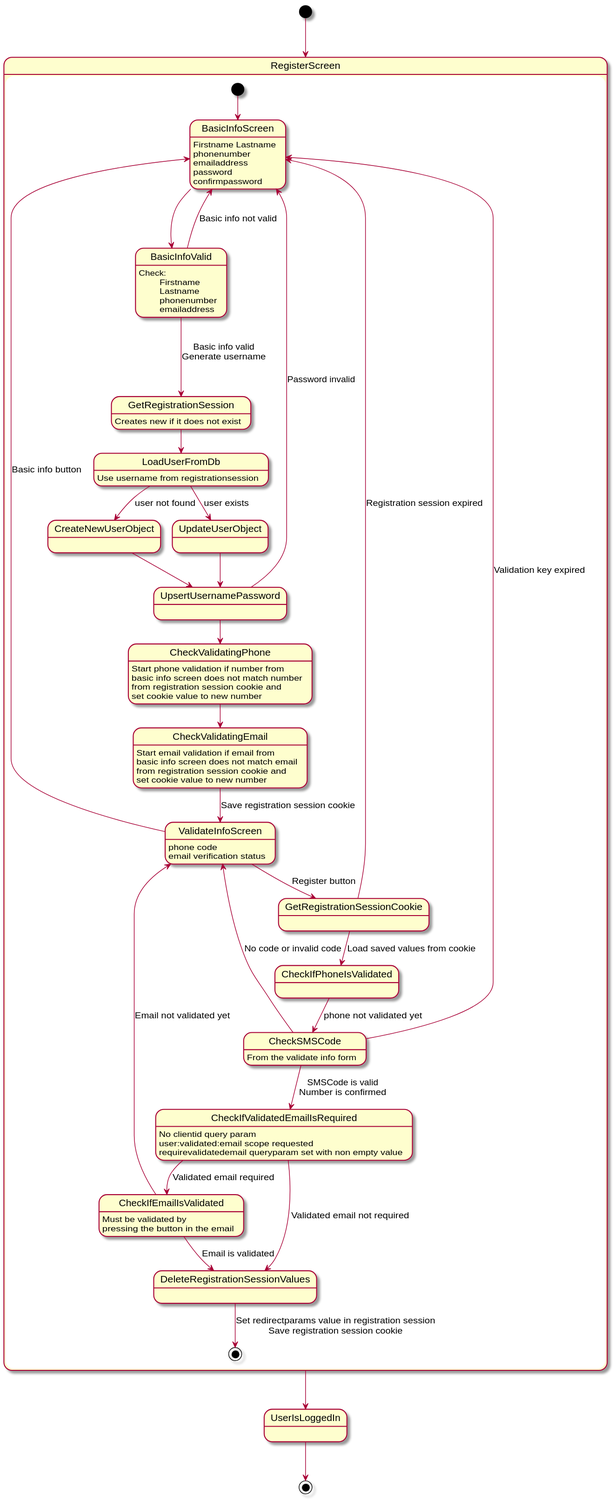
Above: specs/registration_flow/current_registration_flow.svg in itsyouonline/identityserver (PlantUML), before the change. The source it was exported from:
```plantuml
@startuml current_registration_flow

[*] --> RegisterScreen
state RegisterScreen {
    [*] --> BasicInfoScreen
    BasicInfoScreen: Firstname Lastname\nphonenumber\nemailaddress\npassword\nconfirmpassword
    BasicInfoScreen --> BasicInfoValid
    BasicInfoValid: Check:\n\tFirstname\n\tLastname\n\tphonenumber\n\temailaddress
    BasicInfoValid -up--> BasicInfoScreen: Basic info not valid

    BasicInfoValid -d--> GetRegistrationSession: Basic info valid\nGenerate username
    GetRegistrationSession: Creates new if it does not exist

    GetRegistrationSession --> LoadUserFromDb
    LoadUserFromDb: Use username from registrationsession

    LoadUserFromDb --> CreateNewUserObject: user not found
    LoadUserFromDb --> UpdateUserObject: user exists

    CreateNewUserObject --> UpsertUsernamePassword
    UpdateUserObject --> UpsertUsernamePassword

    UpsertUsernamePassword --> BasicInfoScreen: Password invalid

    UpsertUsernamePassword --> CheckValidatingPhone
    CheckValidatingPhone: Start phone validation if number from\nbasic info screen does not match number\nfrom registration session cookie and\nset cookie value to new number

    CheckValidatingPhone --> CheckValidatingEmail
    CheckValidatingEmail: Start email validation if email from\nbasic info screen does not match email\nfrom registration session cookie and\nset cookie value to new number

    CheckValidatingEmail --> ValidateInfoScreen: Save registration session cookie
    ValidateInfoScreen: phone code\nemail verification status

    ValidateInfoScreen --> BasicInfoScreen: Basic info button

    ValidateInfoScreen --> GetRegistrationSessionCookie: Register button

    GetRegistrationSessionCookie --> BasicInfoScreen: Registration session expired

    GetRegistrationSessionCookie --> CheckIfPhoneIsValidated: Load saved values from cookie

    CheckIfPhoneIsValidated --> CheckSMSCode: phone not validated yet
    CheckSMSCode: From the validate info form
    CheckSMSCode --> ValidateInfoScreen: No code or invalid code
    CheckSMSCode --> BasicInfoScreen: Validation key expired
    CheckSMSCode --> CheckIfValidatedEmailIsRequired: SMSCode is valid\nNumber is confirmed
    CheckIfValidatedEmailIsRequired: No clientid query param\nuser:validated:email scope requested\nrequirevalidatedemail queryparam set with non empty value
    CheckIfValidatedEmailIsRequired --> CheckIfEmailIsValidated: Validated email required
    CheckIfEmailIsValidated: Must be validated by\npressing the button in the email
    CheckIfEmailIsValidated -right--> ValidateInfoScreen: Email not validated yet
    CheckIfValidatedEmailIsRequired --> DeleteRegistrationSessionValues: Validated email not required
    CheckIfEmailIsValidated --> DeleteRegistrationSessionValues: Email is validated
    DeleteRegistrationSessionValues --> [*]: Set redirectparams value in registration session\nSave registration session cookie
}

RegisterScreen --> UserIsLoggedIn
UserIsLoggedIn --> [*]

@enduml
```
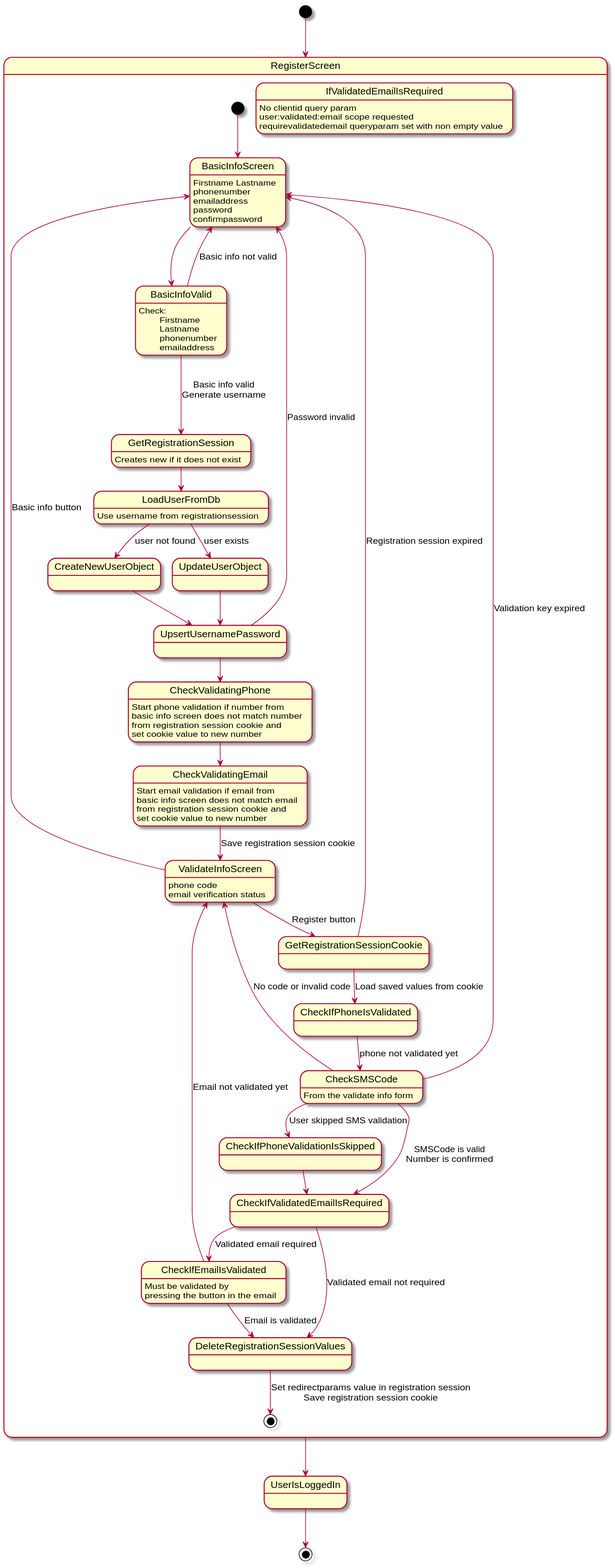
After the change.

Change to the diagram source:
```diff
@@ -44,7 +44,9 @@
     CheckSMSCode --> ValidateInfoScreen: No code or invalid code
     CheckSMSCode --> BasicInfoScreen: Validation key expired
     CheckSMSCode --> CheckIfValidatedEmailIsRequired: SMSCode is valid\nNumber is confirmed
-    CheckIfValidatedEmailIsRequired: No clientid query param\nuser:validated:email scope requested\nrequirevalidatedemail queryparam set with non empty value
+    CheckSMSCode --> CheckIfPhoneValidationIsSkipped: User skipped SMS validation
+    CheckIfPhoneValidationIsSkipped --> CheckIfValidatedEmailIsRequired
+    IfValidatedEmailIsRequired: No clientid query param\nuser:validated:email scope requested\nrequirevalidatedemail queryparam set with non empty value
     CheckIfValidatedEmailIsRequired --> CheckIfEmailIsValidated: Validated email required
     CheckIfEmailIsValidated: Must be validated by\npressing the button in the email
     CheckIfEmailIsValidated -right--> ValidateInfoScreen: Email not validated yet
```
